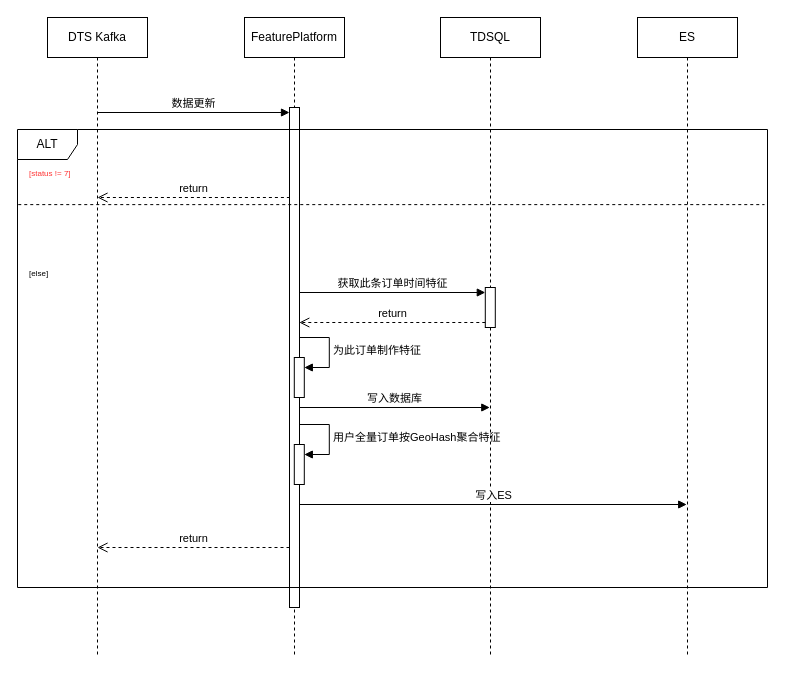
Before: page "数据库订阅" (11 of 13) of tms/转化率提升.drawio in wangziji/graphics, a draw.io diagram. Source tidied: cells renumbered, new cells numbered last; positions are measured from the earlier drawing's top-left corner, leaving out a move shared by most shapes. Both pictures are drawn from the tidied source at 100%, with x=0, y=0 at pixel (17, 17).
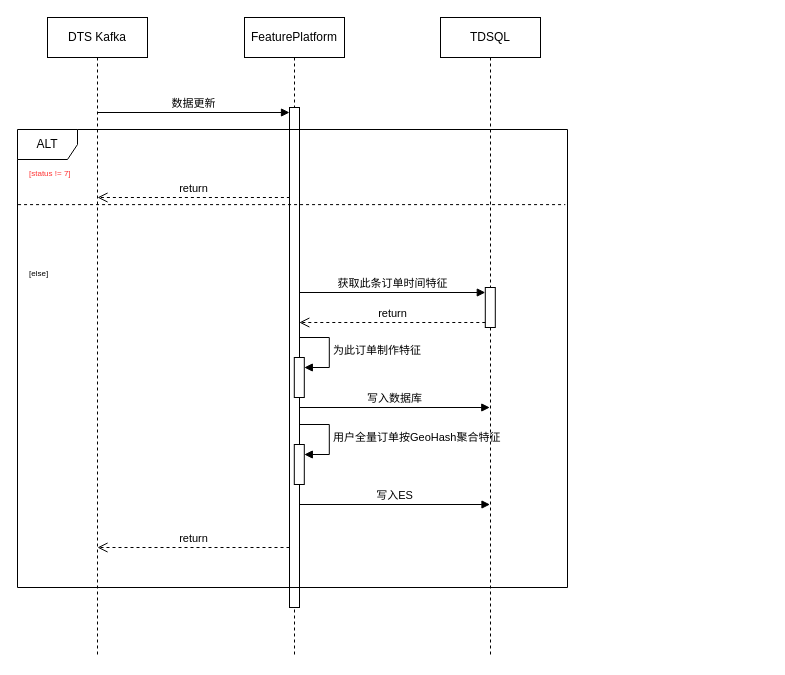
The same diagram, later.

Unchanged cells that the change refers to:
```xml
<mxCell id="9" value="&lt;p class=&quot;paragraph&quot;&gt;TDSQL&lt;/p&gt;" style="shape=umlLifeline;perimeter=lifelinePerimeter;whiteSpace=wrap;html=1;outlineConnect=0;portConstraint=eastwest;newEdgeStyle={&quot;curved&quot;:0,&quot;rounded&quot;:0};" parent="1" vertex="1">
  <mxGeometry x="423" width="100" height="640" as="geometry" />
</mxCell>
```

Diff of the diagram source:
```diff
@@
-    <mxCell id="11" value="&lt;p class=&quot;paragraph&quot;&gt;&lt;span spellcheck=&quot;false&quot; class=&quot;code&quot;&gt;ES&lt;/span&gt;&lt;/p&gt;" style="shape=umlLifeline;perimeter=lifelinePerimeter;whiteSpace=wrap;html=1;newEdgeStyle={&quot;curved&quot;:0,&quot;rounded&quot;:0};" parent="1" vertex="1">
-      <mxGeometry x="620" width="100" height="640" as="geometry" />
-    </mxCell>
@@
     <mxCell id="17" value="ALT" style="shape=umlFrame;whiteSpace=wrap;html=1;" parent="1" vertex="1">
-      <mxGeometry y="112" width="750" height="458" as="geometry" />
+      <mxGeometry y="112" width="550" height="458" as="geometry" />
     </mxCell>
@@
-    <mxCell id="19" value="写入ES" style="html=1;verticalAlign=bottom;endArrow=block;curved=0;rounded=0;" parent="1" edge="1">
+    <mxCell id="19" value="写入ES" style="html=1;verticalAlign=bottom;endArrow=block;curved=0;rounded=0;" parent="1" edge="1" target="9">
       <mxGeometry relative="1" as="geometry">
         <mxPoint x="281.8" y="487" as="sourcePoint" />
-        <mxPoint x="669.2" y="487" as="targetPoint" />
       </mxGeometry>
     </mxCell>
```
